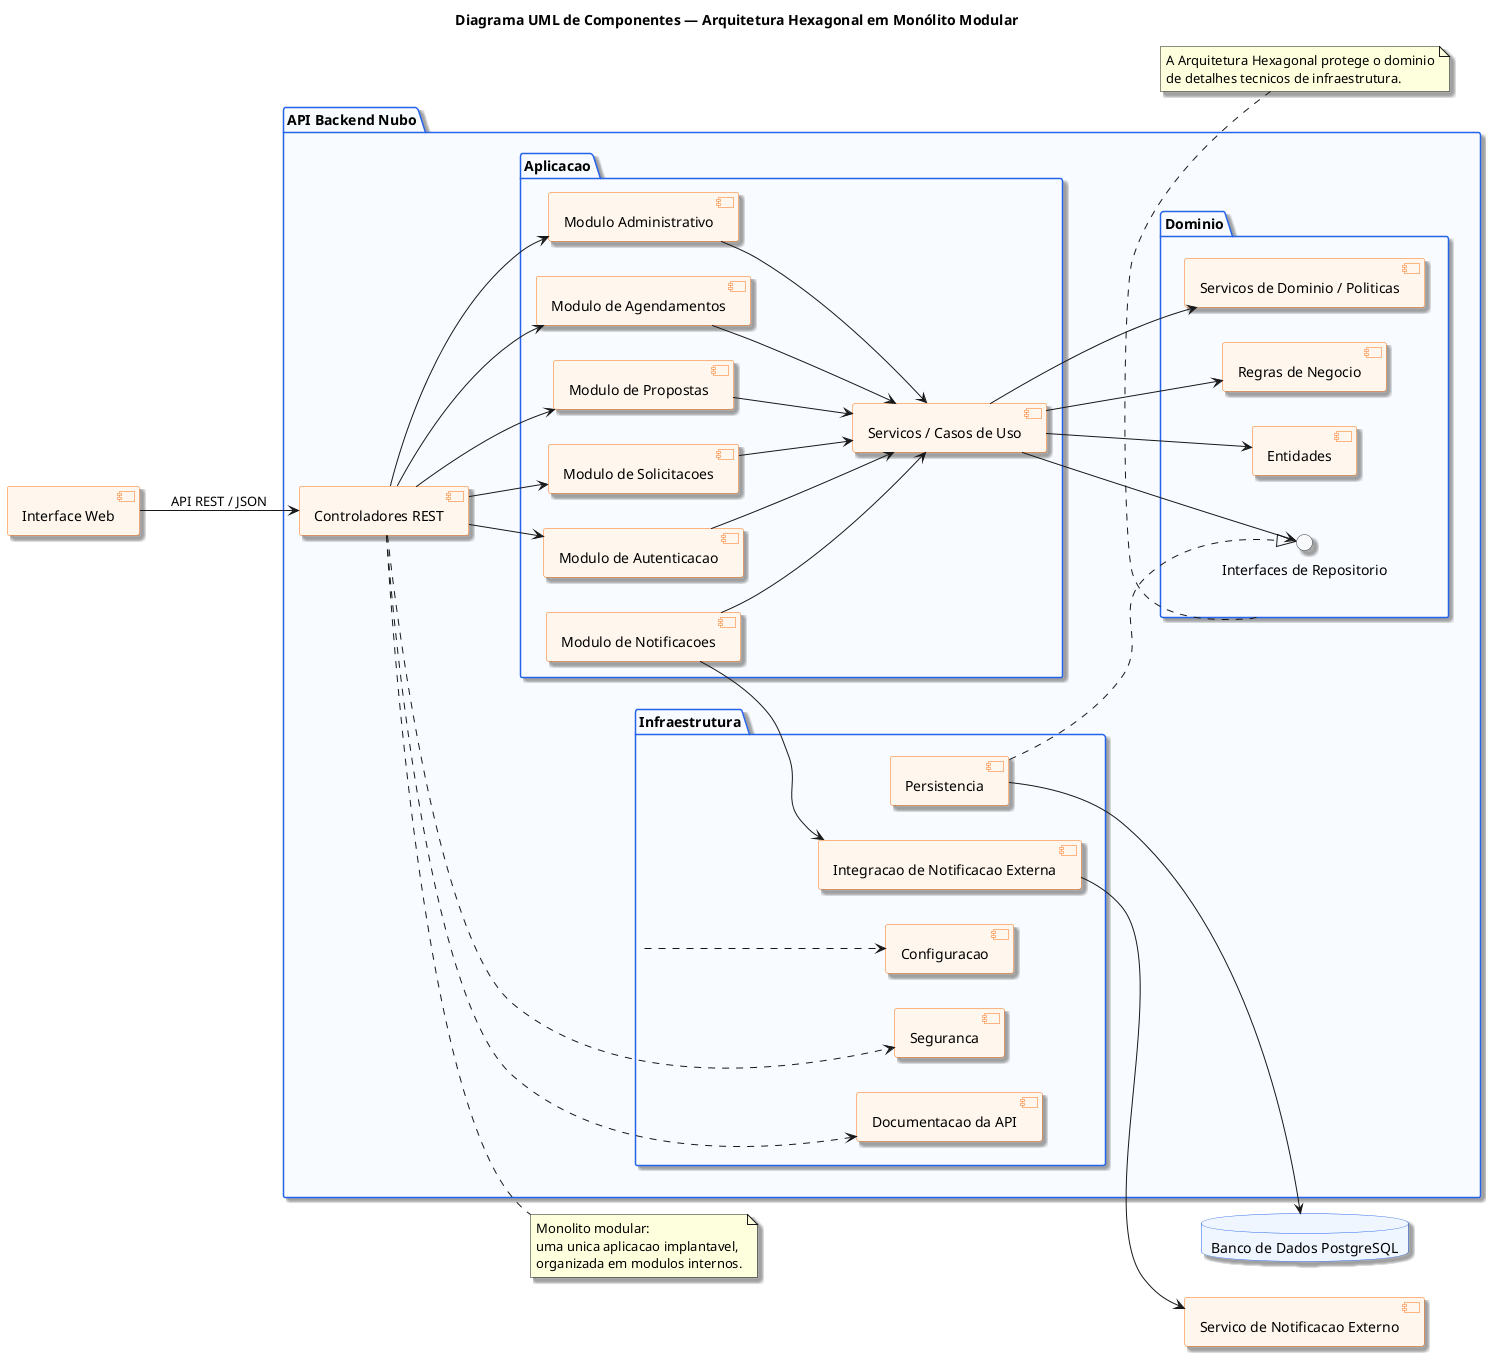
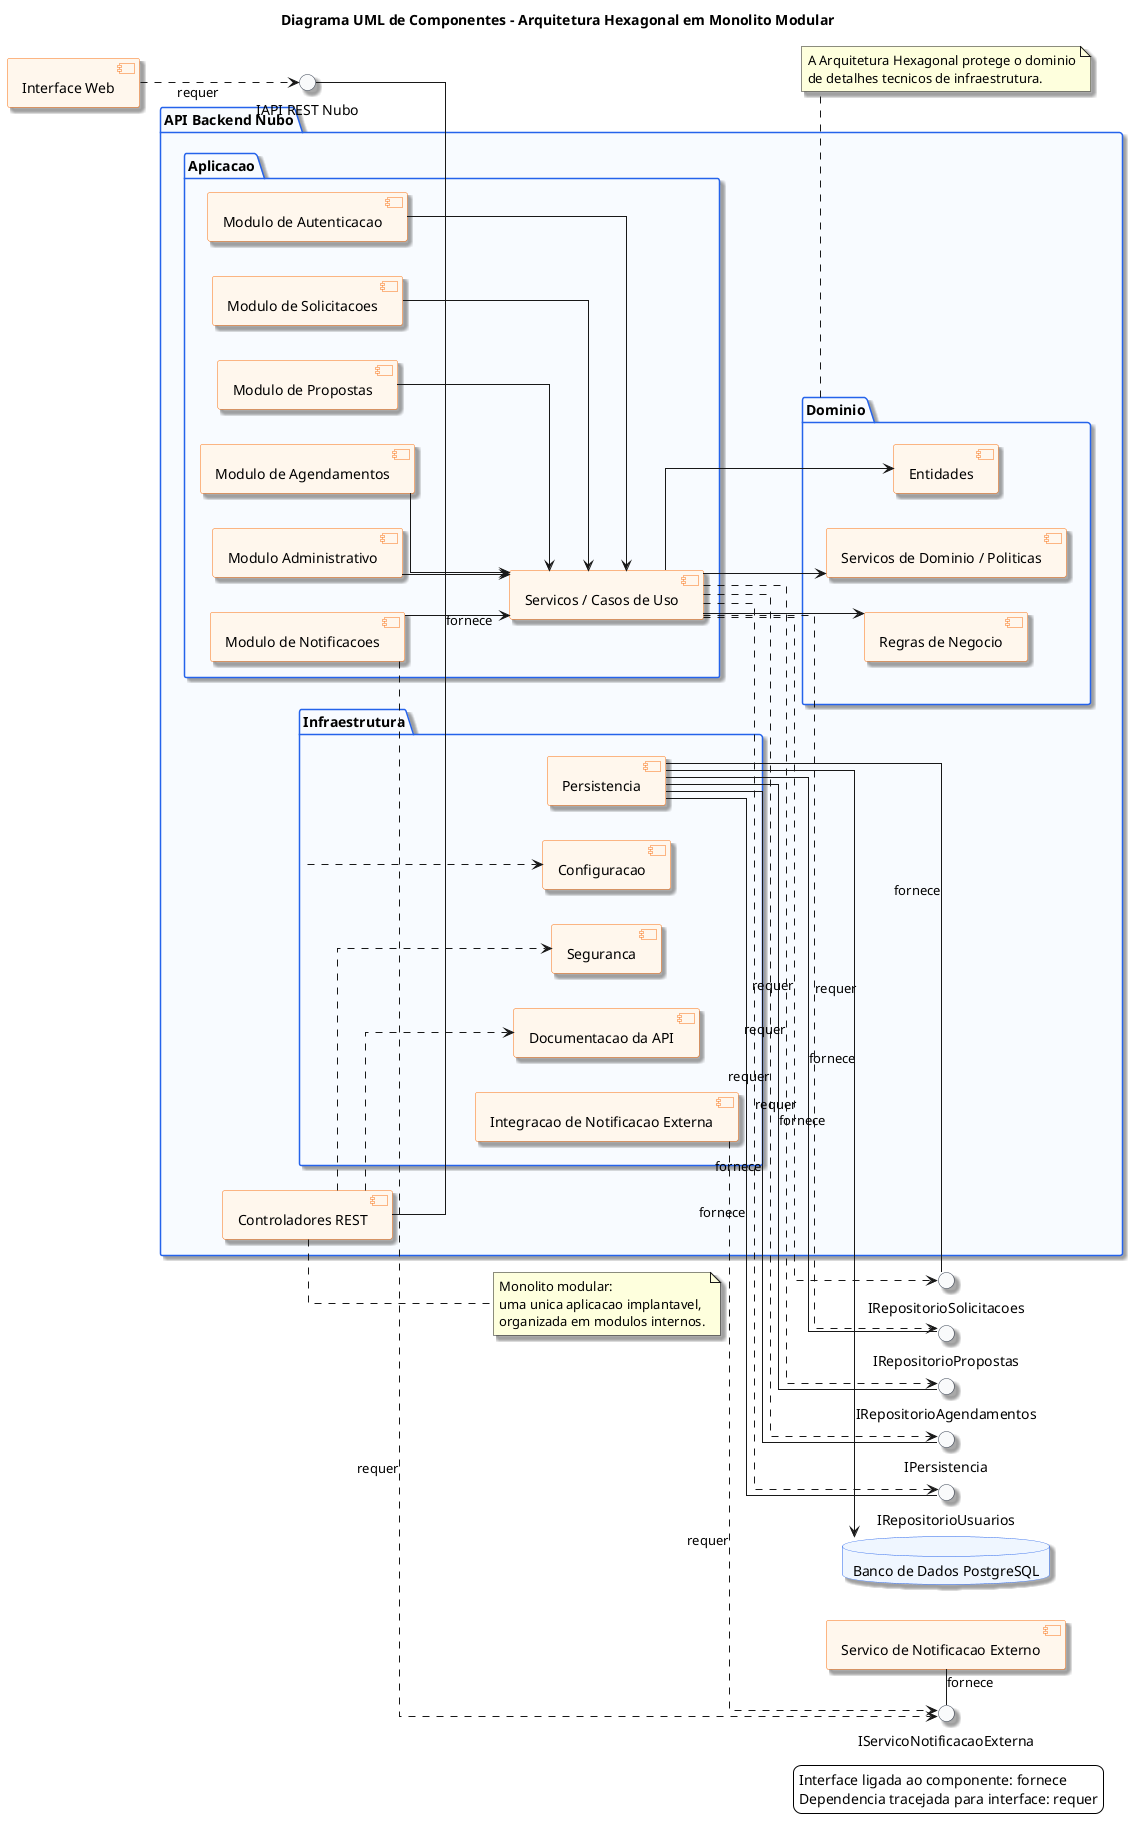
@startuml
' Fonte do projeto: README.md; docs/documentacao-projeto.md
' Fonte conceitual: material da disciplina e sintaxe PlantUML local
- title Diagrama UML de Componentes — Arquitetura Hexagonal em Monólito Modular
+ title Diagrama UML de Componentes - Arquitetura Hexagonal em Monolito Modular
left to right direction
skinparam backgroundColor #FFFFFF
skinparam componentStyle uml2
+ skinparam linetype ortho
skinparam shadowing true
skinparam defaultFontName Arial
skinparam package {
  BorderColor #2563EB
  BackgroundColor #F8FBFF
}
skinparam component {
  BorderColor #F97316
  BackgroundColor #FFF7ED
}
skinparam interface {
  BorderColor #374151
  BackgroundColor #F9FAFB
}
skinparam database {
  BorderColor #2563EB
  BackgroundColor #EFF6FF
}

component "Interface Web" as web

+ interface "IAPI REST Nubo" as iApi
+ interface "IPersistencia" as iPersistencia
+ interface "IRepositorioUsuarios" as iRepoUsuarios
+ interface "IRepositorioSolicitacoes" as iRepoSolicitacoes
+ interface "IRepositorioPropostas" as iRepoPropostas
+ interface "IRepositorioAgendamentos" as iRepoAgendamentos
+ interface "IServicoNotificacaoExterna" as iServicoNotificacao
+ 
package "API Backend Nubo" as backend {
  component "Controladores REST" as api

  package "Aplicacao" as aplicacao {
    component "Modulo de Autenticacao" as autenticacao
    component "Modulo de Solicitacoes" as solicitacoes
    component "Modulo de Propostas" as propostas
    component "Modulo de Agendamentos" as agendamentos
    component "Modulo de Notificacoes" as notificacoes
    component "Modulo Administrativo" as admin
    component "Servicos / Casos de Uso" as casosUso
  }

  package "Dominio" as dominio {
    component "Entidades" as entidades
    component "Regras de Negocio" as regras
    component "Servicos de Dominio / Politicas" as politicas
-     interface "Interfaces de Repositorio" as repositorios
  }

  package "Infraestrutura" as infraestrutura {
    component "Persistencia" as persistencia
    component "Seguranca" as seguranca
    component "Configuracao" as configuracao
    component "Documentacao da API" as docsApi
    component "Integracao de Notificacao Externa" as integracaoNotificacao
  }
}

database "Banco de Dados PostgreSQL" as db
component "Servico de Notificacao Externo" as servicoNotificacao

- web --> api : API REST / JSON
- api --> autenticacao
- api --> solicitacoes
- api --> propostas
- api --> agendamentos
- api --> admin
+ api - iApi : fornece
+ web ..> iApi : requer

autenticacao --> casosUso
solicitacoes --> casosUso
propostas --> casosUso
agendamentos --> casosUso
notificacoes --> casosUso
admin --> casosUso

casosUso --> entidades
casosUso --> regras
casosUso --> politicas
- casosUso --> repositorios

- persistencia ..|> repositorios
+ persistencia - iPersistencia : fornece
+ persistencia - iRepoUsuarios : fornece
+ persistencia - iRepoSolicitacoes : fornece
+ persistencia - iRepoPropostas : fornece
+ persistencia - iRepoAgendamentos : fornece
+ 
+ casosUso ..> iPersistencia : requer
+ casosUso ..> iRepoUsuarios : requer
+ casosUso ..> iRepoSolicitacoes : requer
+ casosUso ..> iRepoPropostas : requer
+ casosUso ..> iRepoAgendamentos : requer
+ 
+ servicoNotificacao - iServicoNotificacao : fornece
+ integracaoNotificacao ..> iServicoNotificacao : requer
+ notificacoes ..> iServicoNotificacao : requer
+ 
persistencia --> db
- integracaoNotificacao --> servicoNotificacao
- 
api ..> seguranca
api ..> docsApi
infraestrutura ..> configuracao
- notificacoes --> integracaoNotificacao

note right of api
  Monolito modular:
  uma unica aplicacao implantavel,
  organizada em modulos internos.
end note

note bottom of dominio
  A Arquitetura Hexagonal protege o dominio
  de detalhes tecnicos de infraestrutura.
end note
+ 
+ legend right
+   Interface ligada ao componente: fornece
+   Dependencia tracejada para interface: requer
+ endlegend
@enduml
